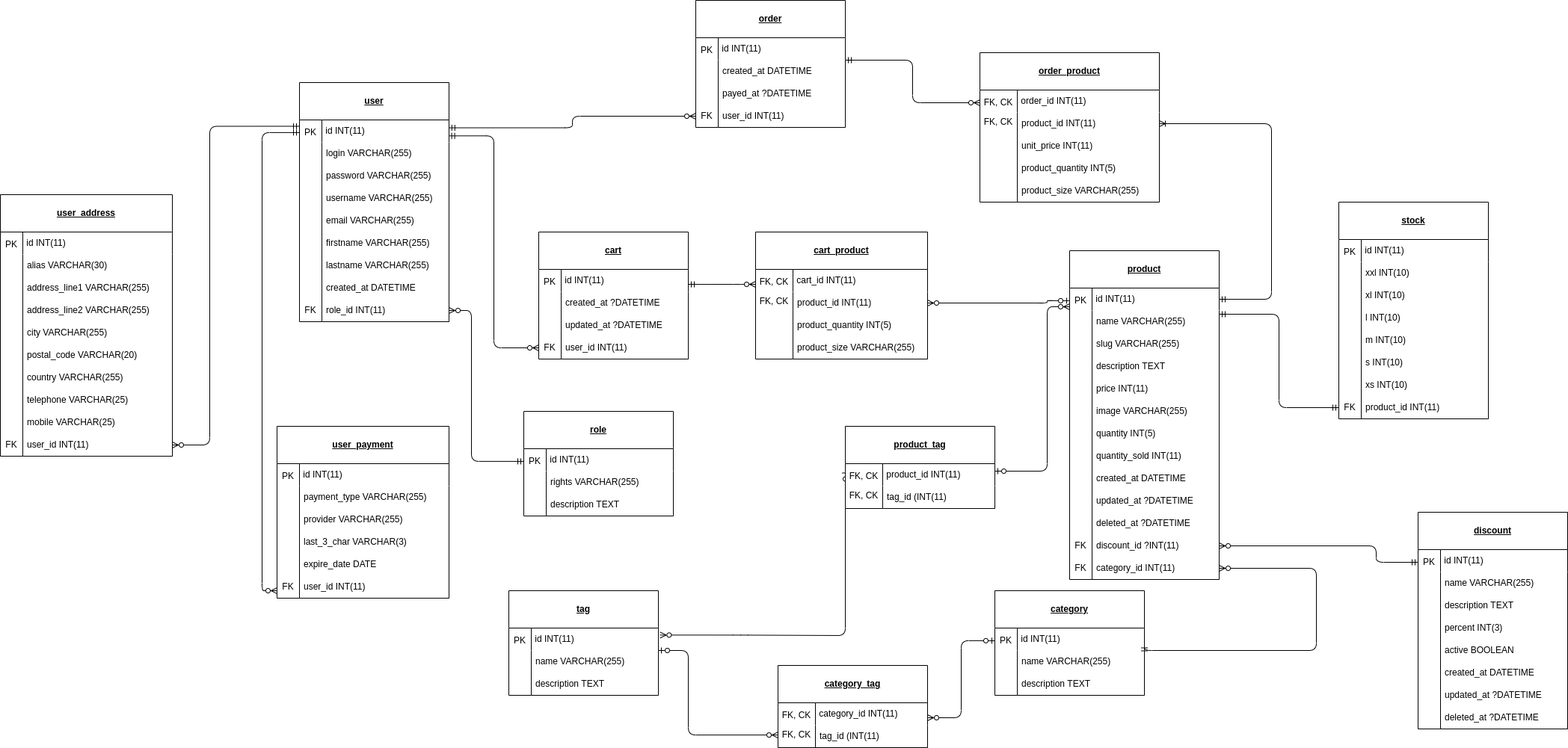
Above: resources/mpd.png in felix-hauger/boutique-en-ligne (draw.io), before the change. Source tidied: cells renumbered, new cells last; positions are measured from the earlier drawing's top-left corner, leaving out a move shared by most shapes.
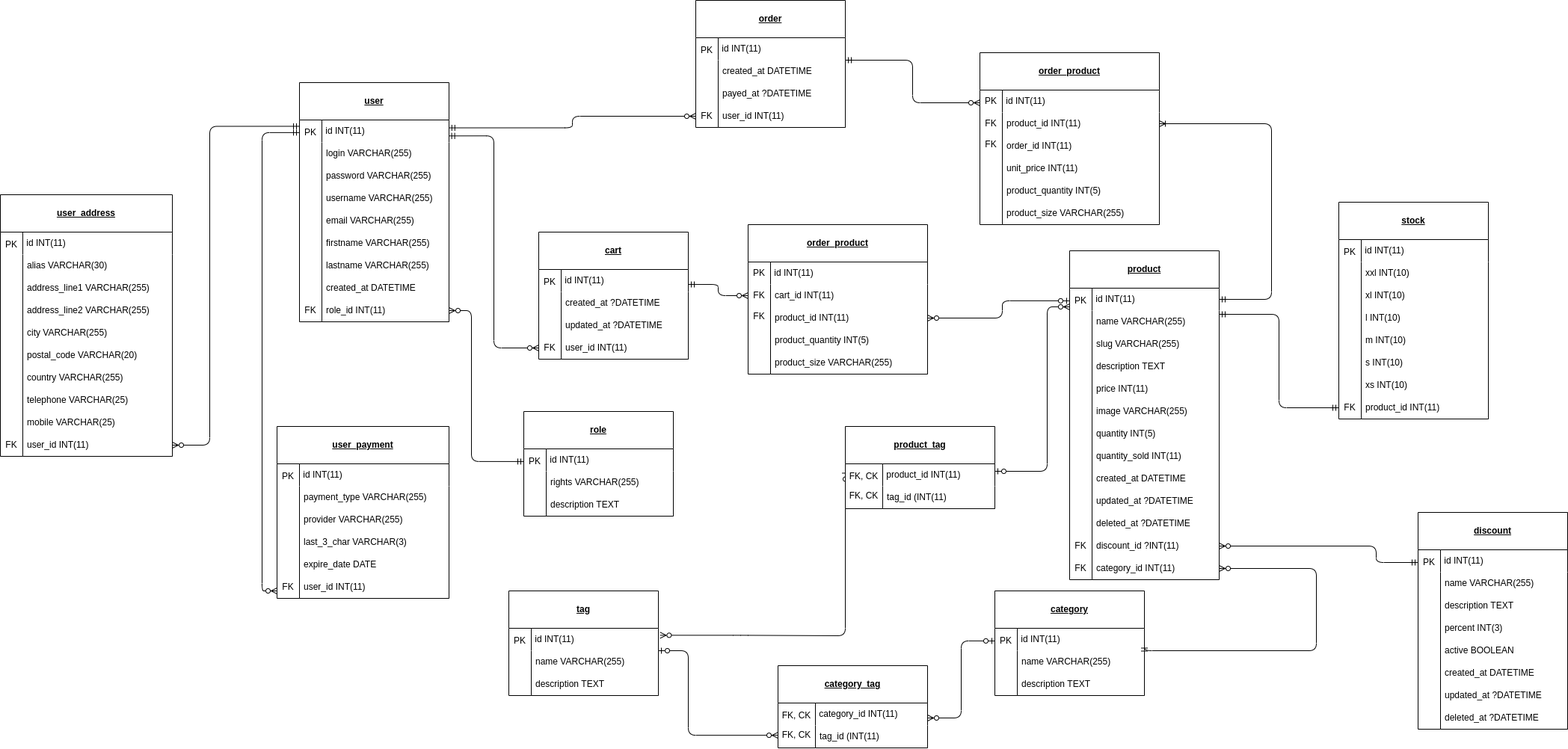
After the commit.

The edit, as a diff of the source:
```diff
@@ -275,64 +275,44 @@
     <mxCell id="80" value="FK" style="text;html=1;strokeColor=none;fillColor=none;align=center;verticalAlign=middle;whiteSpace=wrap;rounded=0;" parent="74" vertex="1">
       <mxGeometry y="140" width="30" height="30" as="geometry" />
     </mxCell>
-    <mxCell id="81" value="&lt;u&gt;cart_product&lt;/u&gt;" style="swimlane;whiteSpace=wrap;html=1;rounded=0;strokeColor=default;startSize=50;swimlaneFillColor=default;" parent="1" vertex="1">
-      <mxGeometry x="1010" y="310" width="230" height="170" as="geometry" />
-    </mxCell>
-    <mxCell id="82" value="&lt;span style=&quot;font-family: Helvetica; font-size: 12px; font-style: normal; font-variant-ligatures: normal; font-variant-caps: normal; font-weight: 400; letter-spacing: normal; orphans: 2; text-align: left; text-indent: 0px; text-transform: none; widows: 2; word-spacing: 0px; -webkit-text-stroke-width: 0px; text-decoration-thickness: initial; text-decoration-style: initial; text-decoration-color: initial; float: none; display: inline !important;&quot;&gt;&amp;nbsp;cart_id INT(11)&lt;/span&gt;" style="swimlane;fontStyle=0;horizontal=1;startSize=30;whiteSpace=wrap;html=1;swimlaneFillColor=default;swimlaneLine=0;align=left;rounded=0;" parent="81" vertex="1">
-      <mxGeometry x="50" y="50" width="180" height="120" as="geometry" />
-    </mxCell>
-    <mxCell id="83" value="product_id INT(11)" style="text;strokeColor=none;fillColor=none;align=left;verticalAlign=middle;spacingLeft=4;spacingRight=4;overflow=hidden;points=[[0,0.5],[1,0.5]];portConstraint=eastwest;whiteSpace=wrap;html=1;rounded=1;" parent="82" vertex="1">
-      <mxGeometry y="30" width="180" height="30" as="geometry" />
-    </mxCell>
-    <mxCell id="84" value="product_quantity INT(5)" style="text;strokeColor=none;fillColor=none;align=left;verticalAlign=middle;spacingLeft=4;spacingRight=4;overflow=hidden;whiteSpace=wrap;html=1;rounded=1;" parent="82" vertex="1">
-      <mxGeometry y="60" width="180" height="30" as="geometry" />
-    </mxCell>
-    <mxCell id="85" value="product_size VARCHAR(255)" style="text;strokeColor=none;fillColor=none;align=left;verticalAlign=middle;spacingLeft=4;spacingRight=4;overflow=hidden;whiteSpace=wrap;html=1;rounded=1;" parent="82" vertex="1">
-      <mxGeometry y="90" width="180" height="30" as="geometry" />
-    </mxCell>
-    <mxCell id="86" value="FK, CK" style="text;html=1;strokeColor=none;fillColor=none;align=center;verticalAlign=middle;whiteSpace=wrap;rounded=0;" parent="81" vertex="1">
-      <mxGeometry y="50" width="50" height="33.9" as="geometry" />
-    </mxCell>
-    <mxCell id="87" value="FK, CK" style="text;html=1;strokeColor=none;fillColor=none;align=center;verticalAlign=middle;whiteSpace=wrap;rounded=0;" parent="81" vertex="1">
-      <mxGeometry y="76.2" width="50" height="33.9" as="geometry" />
-    </mxCell>
     <mxCell id="88" value="&lt;u&gt;order_product&lt;/u&gt;" style="swimlane;whiteSpace=wrap;html=1;rounded=0;strokeColor=default;startSize=50;swimlaneFillColor=default;" parent="1" vertex="1">
-      <mxGeometry x="1310" y="70" width="240" height="200" as="geometry" />
+      <mxGeometry x="1310" y="70" width="240" height="230" as="geometry" />
     </mxCell>
-    <mxCell id="89" value="&lt;span style=&quot;font-family: Helvetica; font-size: 12px; font-style: normal; font-variant-ligatures: normal; font-variant-caps: normal; font-weight: 400; letter-spacing: normal; orphans: 2; text-align: left; text-indent: 0px; text-transform: none; widows: 2; word-spacing: 0px; -webkit-text-stroke-width: 0px; text-decoration-thickness: initial; text-decoration-style: initial; text-decoration-color: initial; float: none; display: inline !important;&quot;&gt;&amp;nbsp;order_id INT(11)&lt;/span&gt;" style="swimlane;fontStyle=0;horizontal=1;startSize=30;whiteSpace=wrap;html=1;swimlaneFillColor=default;swimlaneLine=0;align=left;rounded=0;" parent="88" vertex="1">
-      <mxGeometry x="50" y="50" width="190" height="150" as="geometry" />
+    <mxCell id="89" value="&lt;span style=&quot;font-family: Helvetica; font-size: 12px; font-style: normal; font-variant-ligatures: normal; font-variant-caps: normal; font-weight: 400; letter-spacing: normal; orphans: 2; text-align: left; text-indent: 0px; text-transform: none; widows: 2; word-spacing: 0px; -webkit-text-stroke-width: 0px; text-decoration-thickness: initial; text-decoration-style: initial; text-decoration-color: initial; float: none; display: inline !important;&quot;&gt;&amp;nbsp;id INT(11)&lt;/span&gt;" style="swimlane;fontStyle=0;horizontal=1;startSize=30;whiteSpace=wrap;html=1;swimlaneFillColor=default;swimlaneLine=0;align=left;rounded=0;" parent="88" vertex="1">
+      <mxGeometry x="30" y="50" width="210" height="180" as="geometry" />
     </mxCell>
     <mxCell id="90" value="product_id INT(11)" style="text;strokeColor=none;fillColor=none;align=left;verticalAlign=middle;spacingLeft=4;spacingRight=4;overflow=hidden;points=[[0,0.5],[1,0.5]];portConstraint=eastwest;whiteSpace=wrap;html=1;rounded=1;" parent="89" vertex="1">
-      <mxGeometry y="30" width="190" height="30" as="geometry" />
+      <mxGeometry y="30" width="210" height="30" as="geometry" />
     </mxCell>
+    <mxCell id="144" value="order_id INT(11)" style="text;strokeColor=none;fillColor=none;align=left;verticalAlign=middle;spacingLeft=4;spacingRight=4;overflow=hidden;whiteSpace=wrap;html=1;rounded=1;" parent="89" vertex="1">
+      <mxGeometry y="60" width="210" height="30" as="geometry" />
+    </mxCell>
     <mxCell id="91" value="unit_price INT(11)" style="text;strokeColor=none;fillColor=none;align=left;verticalAlign=middle;spacingLeft=4;spacingRight=4;overflow=hidden;whiteSpace=wrap;html=1;rounded=1;" parent="89" vertex="1">
-      <mxGeometry y="60" width="190" height="30" as="geometry" />
+      <mxGeometry y="90" width="210" height="30" as="geometry" />
     </mxCell>
     <mxCell id="92" value="product_quantity INT(5)" style="text;strokeColor=none;fillColor=none;align=left;verticalAlign=middle;spacingLeft=4;spacingRight=4;overflow=hidden;whiteSpace=wrap;html=1;rounded=1;" parent="89" vertex="1">
-      <mxGeometry y="90" width="190" height="30" as="geometry" />
+      <mxGeometry y="120" width="210" height="30" as="geometry" />
     </mxCell>
     <mxCell id="93" value="product_size VARCHAR(255)" style="text;strokeColor=none;fillColor=none;align=left;verticalAlign=middle;spacingLeft=4;spacingRight=4;overflow=hidden;whiteSpace=wrap;html=1;rounded=1;" parent="89" vertex="1">
-      <mxGeometry y="120" width="190" height="30" as="geometry" />
+      <mxGeometry y="150" width="210" height="30" as="geometry" />
     </mxCell>
-    <mxCell id="94" value="FK, CK" style="text;html=1;strokeColor=none;fillColor=none;align=center;verticalAlign=middle;whiteSpace=wrap;rounded=0;" parent="88" vertex="1">
-      <mxGeometry y="50" width="50" height="33.9" as="geometry" />
-    </mxCell>
-    <mxCell id="95" value="FK, CK" style="text;html=1;strokeColor=none;fillColor=none;align=center;verticalAlign=middle;whiteSpace=wrap;rounded=0;" parent="88" vertex="1">
-      <mxGeometry y="76.2" width="50" height="33.9" as="geometry" />
-    </mxCell>
+    <mxCell id="145" value="PK" style="text;html=1;strokeColor=none;fillColor=none;align=center;verticalAlign=middle;whiteSpace=wrap;rounded=0;" parent="88" vertex="1">
+      <mxGeometry y="50" width="30" height="30" as="geometry" />
+    </mxCell>
+    <mxCell id="146" value="FK" style="text;html=1;strokeColor=none;fillColor=none;align=center;verticalAlign=middle;whiteSpace=wrap;rounded=0;" parent="88" vertex="1">
+      <mxGeometry y="80" width="30" height="30" as="geometry" />
+    </mxCell>
+    <mxCell id="147" value="FK" style="text;html=1;strokeColor=none;fillColor=none;align=center;verticalAlign=middle;whiteSpace=wrap;rounded=0;" parent="88" vertex="1">
+      <mxGeometry y="110" width="30" height="26.1" as="geometry" />
+    </mxCell>
-    <mxCell id="96" style="edgeStyle=orthogonalEdgeStyle;html=1;startArrow=ERzeroToMany;startFill=0;endArrow=ERmandOne;endFill=0;entryX=1;entryY=0.167;entryDx=0;entryDy=0;entryPerimeter=0;" parent="1" edge="1" source="86" target="68">
-      <mxGeometry relative="1" as="geometry">
-        <Array as="points">
-          <mxPoint x="990" y="380" />
-          <mxPoint x="990" y="380" />
-        </Array>
-      </mxGeometry>
+    <mxCell id="96" style="edgeStyle=orthogonalEdgeStyle;html=1;startArrow=ERzeroToMany;startFill=0;endArrow=ERmandOne;endFill=0;entryX=1;entryY=0.167;entryDx=0;entryDy=0;entryPerimeter=0;" parent="1" edge="1" source="151" target="68">
+      <mxGeometry relative="1" as="geometry" />
     </mxCell>
-    <mxCell id="97" style="edgeStyle=orthogonalEdgeStyle;html=1;startArrow=ERzeroToMany;startFill=0;endArrow=ERzeroToOne;endFill=0;exitX=1;exitY=0.5;exitDx=0;exitDy=0;entryX=0;entryY=0.5;entryDx=0;entryDy=0;" parent="1" edge="1" source="83" target="17">
+    <mxCell id="97" style="edgeStyle=orthogonalEdgeStyle;html=1;startArrow=ERzeroToMany;startFill=0;endArrow=ERzeroToOne;endFill=0;entryX=0;entryY=0.5;entryDx=0;entryDy=0;" parent="1" edge="1" source="83" target="17">
       <mxGeometry relative="1" as="geometry">
         <Array as="points">
-          <mxPoint x="1400" y="405" />
-          <mxPoint x="1400" y="402" />
+          <mxPoint x="1340" y="425" />
+          <mxPoint x="1340" y="402" />
         </Array>
       </mxGeometry>
     </mxCell>
@@ -483,8 +463,10 @@
     <mxCell id="141" style="edgeStyle=orthogonalEdgeStyle;html=1;entryX=0.999;entryY=0.039;entryDx=0;entryDy=0;entryPerimeter=0;startArrow=ERzeroToMany;startFill=0;endArrow=ERmandOne;endFill=0;" parent="1" edge="1" source="80" target="99">
       <mxGeometry relative="1" as="geometry" />
     </mxCell>
-    <mxCell id="142" style="edgeStyle=orthogonalEdgeStyle;html=1;entryX=1;entryY=0.25;entryDx=0;entryDy=0;startArrow=ERzeroToMany;startFill=0;endArrow=ERmandOne;endFill=0;" parent="1" edge="1" source="94" target="75">
-      <mxGeometry relative="1" as="geometry" />
+    <mxCell id="142" style="edgeStyle=orthogonalEdgeStyle;html=1;entryX=1;entryY=0.25;entryDx=0;entryDy=0;startArrow=ERzeroToMany;startFill=0;endArrow=ERmandOne;endFill=0;" parent="1" edge="1" target="75">
+      <mxGeometry relative="1" as="geometry">
+        <mxPoint x="1310" y="137" as="sourcePoint" />
+      </mxGeometry>
     </mxCell>
     <mxCell id="143" style="edgeStyle=orthogonalEdgeStyle;html=1;startArrow=ERoneToMany;startFill=0;endArrow=ERmandOne;endFill=0;" parent="1" edge="1" source="90" target="4">
       <mxGeometry relative="1" as="geometry">
@@ -494,5 +476,32 @@
         </Array>
       </mxGeometry>
     </mxCell>
+    <mxCell id="148" value="&lt;u&gt;order_product&lt;/u&gt;" style="swimlane;whiteSpace=wrap;html=1;rounded=0;strokeColor=default;startSize=50;swimlaneFillColor=default;" parent="1" vertex="1">
+      <mxGeometry x="1000" y="300" width="240" height="200" as="geometry" />
+    </mxCell>
+    <mxCell id="149" value="&lt;span style=&quot;font-family: Helvetica; font-size: 12px; font-style: normal; font-variant-ligatures: normal; font-variant-caps: normal; font-weight: 400; letter-spacing: normal; orphans: 2; text-align: left; text-indent: 0px; text-transform: none; widows: 2; word-spacing: 0px; -webkit-text-stroke-width: 0px; text-decoration-thickness: initial; text-decoration-style: initial; text-decoration-color: initial; float: none; display: inline !important;&quot;&gt;&amp;nbsp;id INT(11)&lt;/span&gt;" style="swimlane;fontStyle=0;horizontal=1;startSize=30;whiteSpace=wrap;html=1;swimlaneFillColor=default;swimlaneLine=0;align=left;rounded=0;" parent="148" vertex="1">
+      <mxGeometry x="30" y="50" width="210" height="150" as="geometry" />
+    </mxCell>
+    <mxCell id="82" value="cart_id INT(11)" style="text;strokeColor=none;fillColor=none;align=left;verticalAlign=middle;spacingLeft=4;spacingRight=4;overflow=hidden;whiteSpace=wrap;html=1;rounded=1;" parent="149" vertex="1">
+      <mxGeometry y="30" width="210" height="30" as="geometry" />
+    </mxCell>
+    <mxCell id="83" value="product_id INT(11)" style="text;strokeColor=none;fillColor=none;align=left;verticalAlign=middle;spacingLeft=4;spacingRight=4;overflow=hidden;points=[[0,0.5],[1,0.5]];portConstraint=eastwest;whiteSpace=wrap;html=1;rounded=1;" parent="149" vertex="1">
+      <mxGeometry y="60" width="210" height="30" as="geometry" />
+    </mxCell>
+    <mxCell id="84" value="product_quantity INT(5)" style="text;strokeColor=none;fillColor=none;align=left;verticalAlign=middle;spacingLeft=4;spacingRight=4;overflow=hidden;whiteSpace=wrap;html=1;rounded=1;" parent="149" vertex="1">
+      <mxGeometry y="90" width="210" height="30" as="geometry" />
+    </mxCell>
+    <mxCell id="85" value="product_size VARCHAR(255)" style="text;strokeColor=none;fillColor=none;align=left;verticalAlign=middle;spacingLeft=4;spacingRight=4;overflow=hidden;whiteSpace=wrap;html=1;rounded=1;" parent="149" vertex="1">
+      <mxGeometry y="120" width="210" height="30" as="geometry" />
+    </mxCell>
+    <mxCell id="150" value="PK" style="text;html=1;strokeColor=none;fillColor=none;align=center;verticalAlign=middle;whiteSpace=wrap;rounded=0;" parent="148" vertex="1">
+      <mxGeometry y="50" width="30" height="30" as="geometry" />
+    </mxCell>
+    <mxCell id="151" value="FK" style="text;html=1;strokeColor=none;fillColor=none;align=center;verticalAlign=middle;whiteSpace=wrap;rounded=0;" parent="148" vertex="1">
+      <mxGeometry y="80" width="30" height="30" as="geometry" />
+    </mxCell>
+    <mxCell id="152" value="FK" style="text;html=1;strokeColor=none;fillColor=none;align=center;verticalAlign=middle;whiteSpace=wrap;rounded=0;" parent="148" vertex="1">
+      <mxGeometry y="110" width="30" height="26.1" as="geometry" />
+    </mxCell>
   </root>
 </mxGraphModel>
```
